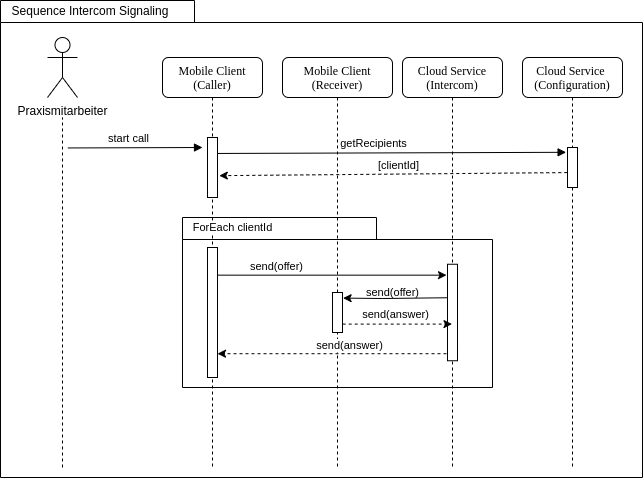
jsvilling/IP6_Bachelorarbeit_Bericht_Cloudbasiertes_Praxisrufsystem keeps this draw.io diagram as src/graphics/diagramms/Sequence_Intercom_Broking_V02.png. Above is the earlier version. Source tidied: cells renumbered, new cells last; positions are measured from the earlier drawing's top-left corner, leaving out a move shared by most shapes. The source it was exported from:
```xml
<mxGraphModel>
  <root>
    <mxCell id="0" />
    <mxCell id="1" parent="0" />
    <mxCell id="2" style="shape=folder;fontStyle=1;spacingTop=10;tabWidth=194;tabHeight=22;tabPosition=left;html=1;rounded=0;shadow=0;comic=0;labelBackgroundColor=none;strokeWidth=1;fillColor=none;fontFamily=Verdana;fontSize=10;align=center;" parent="1" vertex="1">
      <mxGeometry width="642" height="477" as="geometry" />
    </mxCell>
    <mxCell id="3" value="Mobile Client&lt;br&gt;(Caller)" style="shape=umlLifeline;perimeter=lifelinePerimeter;whiteSpace=wrap;html=1;rounded=1;shadow=0;comic=0;labelBackgroundColor=none;strokeWidth=1;fontFamily=Verdana;fontSize=12;align=center;" parent="1" vertex="1">
      <mxGeometry x="162" y="57" width="100" height="410" as="geometry" />
    </mxCell>
    <mxCell id="4" style="shape=folder;fontStyle=1;spacingTop=10;tabWidth=194;tabHeight=22;tabPosition=left;html=1;rounded=0;shadow=0;comic=0;labelBackgroundColor=none;strokeWidth=1;fillColor=none;fontFamily=Verdana;fontSize=10;align=center;" parent="3" vertex="1">
      <mxGeometry x="20" y="160" width="310" height="170" as="geometry" />
    </mxCell>
    <mxCell id="5" style="html=1;points=[];perimeter=orthogonalPerimeter;rounded=0;shadow=0;comic=0;labelBackgroundColor=none;strokeWidth=1;fontFamily=Verdana;fontSize=12;align=center;" parent="3" vertex="1">
      <mxGeometry x="45" y="80" width="10" height="60" as="geometry" />
    </mxCell>
    <mxCell id="6" style="html=1;points=[];perimeter=orthogonalPerimeter;rounded=0;shadow=0;comic=0;labelBackgroundColor=none;strokeWidth=1;fontFamily=Verdana;fontSize=12;align=center;" parent="3" vertex="1">
      <mxGeometry x="45" y="190" width="10" height="130" as="geometry" />
    </mxCell>
    <mxCell id="7" value="ForEach clientId" style="edgeLabel;html=1;align=center;verticalAlign=middle;" parent="3" vertex="1">
      <mxGeometry x="70" y="170" as="geometry" />
    </mxCell>
    <mxCell id="8" value="Cloud Service&lt;br&gt;(Intercom)" style="shape=umlLifeline;perimeter=lifelinePerimeter;whiteSpace=wrap;html=1;outlineConnect=0;rounded=1;shadow=0;comic=0;labelBackgroundColor=none;strokeWidth=1;fontFamily=Verdana;fontSize=12;align=center;" parent="1" vertex="1">
      <mxGeometry x="402" y="57" width="100" height="410" as="geometry" />
    </mxCell>
    <mxCell id="9" style="html=1;points=[];perimeter=orthogonalPerimeter;rounded=0;shadow=0;comic=0;labelBackgroundColor=none;strokeWidth=1;fontFamily=Verdana;fontSize=12;align=center;" parent="8" vertex="1">
      <mxGeometry x="45" y="206.8" width="10" height="96.5" as="geometry" />
    </mxCell>
    <mxCell id="10" value="send(offer)" style="edgeLabel;html=1;align=center;verticalAlign=middle;" parent="8" vertex="1">
      <mxGeometry x="-10" y="235" as="geometry" />
    </mxCell>
    <mxCell id="11" value="Cloud Service &lt;br&gt;(Configuration)" style="shape=umlLifeline;perimeter=lifelinePerimeter;whiteSpace=wrap;html=1;rounded=1;shadow=0;comic=0;labelBackgroundColor=none;strokeWidth=1;fontFamily=Verdana;fontSize=12;align=center;" parent="1" vertex="1">
      <mxGeometry x="522" y="57" width="100" height="410" as="geometry" />
    </mxCell>
    <mxCell id="12" style="html=1;points=[];perimeter=orthogonalPerimeter;rounded=0;shadow=0;comic=0;labelBackgroundColor=none;strokeWidth=1;fontFamily=Verdana;fontSize=12;align=center;" parent="11" vertex="1">
      <mxGeometry x="45" y="90" width="10" height="40" as="geometry" />
    </mxCell>
    <mxCell id="13" value="start call" style="html=1;verticalAlign=bottom;endArrow=block;exitX=1.034;exitY=0.016;exitDx=0;exitDy=0;exitPerimeter=0;" parent="1" edge="1">
      <mxGeometry x="-0.1" relative="1" as="geometry">
        <mxPoint x="67.3" y="147.5" as="sourcePoint" />
        <mxPoint x="202" y="147" as="targetPoint" />
      </mxGeometry>
    </mxCell>
    <mxCell id="14" style="endArrow=classic;html=1;dashed=1;exitX=-0.02;exitY=0.627;exitDx=0;exitDy=0;exitPerimeter=0;entryX=1.18;entryY=0.636;entryDx=0;entryDy=0;entryPerimeter=0;" parent="1" edge="1" source="12" target="5">
      <mxGeometry relative="1" as="geometry" />
    </mxCell>
    <mxCell id="15" value="[clientId]" style="edgeLabel;html=1;align=center;verticalAlign=middle;" parent="14" vertex="1">
      <mxGeometry x="-0.11" y="1" relative="1" as="geometry">
        <mxPoint x="-15" y="-10" as="offset" />
      </mxGeometry>
    </mxCell>
    <mxCell id="16" value="Sequence Intercom Signaling" style="text;html=1;strokeColor=none;fillColor=none;align=center;verticalAlign=middle;whiteSpace=wrap;rounded=0;" parent="1" vertex="1">
      <mxGeometry width="180" height="20" as="geometry" />
    </mxCell>
    <mxCell id="17" style="endArrow=none;dashed=1;html=1;strokeWidth=1;startArrow=none;" parent="1" edge="1">
      <mxGeometry relative="1" as="geometry">
        <mxPoint x="62" y="467" as="sourcePoint" />
        <mxPoint x="62" y="117" as="targetPoint" />
      </mxGeometry>
    </mxCell>
    <mxCell id="18" value="Praxismitarbeiter" style="shape=umlActor;verticalLabelPosition=bottom;verticalAlign=top;html=1;" parent="1" vertex="1">
      <mxGeometry x="47" y="37" width="30" height="60" as="geometry" />
    </mxCell>
    <mxCell id="19" value="getRecipients" style="html=1;verticalAlign=bottom;endArrow=block;entryX=-0.14;entryY=0.12;entryDx=0;entryDy=0;entryPerimeter=0;exitX=0.98;exitY=0.266;exitDx=0;exitDy=0;exitPerimeter=0;" parent="1" edge="1" source="5" target="12">
      <mxGeometry x="-0.1" relative="1" as="geometry" />
    </mxCell>
    <mxCell id="20" value="Mobile Client&lt;br&gt;(Receiver)" style="shape=umlLifeline;perimeter=lifelinePerimeter;whiteSpace=wrap;html=1;rounded=1;shadow=0;comic=0;labelBackgroundColor=none;strokeWidth=1;fontFamily=Verdana;fontSize=12;align=center;" parent="1" vertex="1">
      <mxGeometry x="282" y="57" width="110" height="410" as="geometry" />
    </mxCell>
    <mxCell id="21" style="html=1;points=[];perimeter=orthogonalPerimeter;rounded=0;shadow=0;comic=0;labelBackgroundColor=none;strokeWidth=1;fontFamily=Verdana;fontSize=12;align=center;" parent="20" vertex="1">
      <mxGeometry x="50" y="235" width="10" height="40" as="geometry" />
    </mxCell>
    <mxCell id="22" style="endArrow=classic;html=1;rounded=0;entryX=-0.1;entryY=0.113;entryDx=0;entryDy=0;entryPerimeter=0;" parent="1" edge="1" source="6" target="9">
      <mxGeometry relative="1" as="geometry" />
    </mxCell>
    <mxCell id="23" style="endArrow=classic;html=1;rounded=0;entryX=1.06;entryY=0.14;entryDx=0;entryDy=0;entryPerimeter=0;exitX=0.02;exitY=0.347;exitDx=0;exitDy=0;exitPerimeter=0;" parent="1" edge="1" source="9" target="21">
      <mxGeometry relative="1" as="geometry">
        <Array as="points">
          <mxPoint x="382" y="298" />
        </Array>
      </mxGeometry>
    </mxCell>
    <mxCell id="24" style="endArrow=classic;html=1;dashed=1;exitX=1.02;exitY=0.79;exitDx=0;exitDy=0;exitPerimeter=0;" parent="1" edge="1" source="21" target="8">
      <mxGeometry relative="1" as="geometry" />
    </mxCell>
    <mxCell id="25" value="send(answer)" style="edgeLabel;html=1;align=center;verticalAlign=middle;" parent="24" vertex="1">
      <mxGeometry x="-0.11" y="1" relative="1" as="geometry">
        <mxPoint x="4" y="-9" as="offset" />
      </mxGeometry>
    </mxCell>
    <mxCell id="26" style="endArrow=classic;html=1;dashed=1;exitX=-0.1;exitY=0.927;exitDx=0;exitDy=0;exitPerimeter=0;" parent="1" edge="1" source="9" target="6">
      <mxGeometry relative="1" as="geometry" />
    </mxCell>
    <mxCell id="27" value="send(answer)" style="edgeLabel;html=1;align=center;verticalAlign=middle;" parent="26" vertex="1">
      <mxGeometry x="-0.11" y="1" relative="1" as="geometry">
        <mxPoint x="4" y="-9" as="offset" />
      </mxGeometry>
    </mxCell>
    <mxCell id="28" value="send(offer)" style="edgeLabel;html=1;align=center;verticalAlign=middle;" parent="1" vertex="1">
      <mxGeometry x="276" y="266" as="geometry" />
    </mxCell>
  </root>
</mxGraphModel>
```
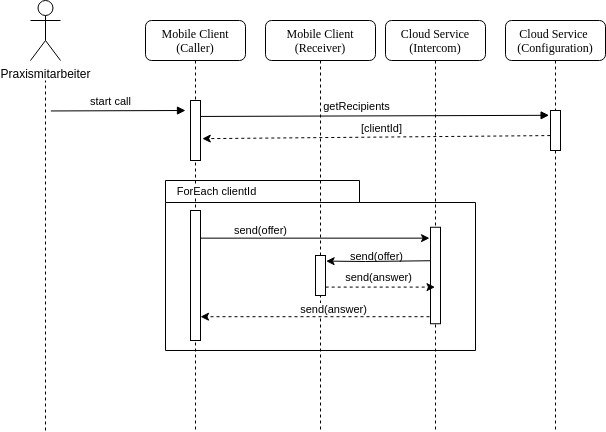
The same file after the commit.

The edit, as a diff of the source:
```diff
@@ -2,9 +2,6 @@
   <root>
     <mxCell id="0" />
     <mxCell id="1" parent="0" />
-    <mxCell id="2" style="shape=folder;fontStyle=1;spacingTop=10;tabWidth=194;tabHeight=22;tabPosition=left;html=1;rounded=0;shadow=0;comic=0;labelBackgroundColor=none;strokeWidth=1;fillColor=none;fontFamily=Verdana;fontSize=10;align=center;" parent="1" vertex="1">
-      <mxGeometry width="642" height="477" as="geometry" />
-    </mxCell>
     <mxCell id="3" value="Mobile Client&lt;br&gt;(Caller)" style="shape=umlLifeline;perimeter=lifelinePerimeter;whiteSpace=wrap;html=1;rounded=1;shadow=0;comic=0;labelBackgroundColor=none;strokeWidth=1;fontFamily=Verdana;fontSize=12;align=center;" parent="1" vertex="1">
       <mxGeometry x="162" y="57" width="100" height="410" as="geometry" />
     </mxCell>
@@ -49,9 +46,6 @@
         <mxPoint x="-15" y="-10" as="offset" />
       </mxGeometry>
     </mxCell>
-    <mxCell id="16" value="Sequence Intercom Signaling" style="text;html=1;strokeColor=none;fillColor=none;align=center;verticalAlign=middle;whiteSpace=wrap;rounded=0;" parent="1" vertex="1">
-      <mxGeometry width="180" height="20" as="geometry" />
-    </mxCell>
     <mxCell id="17" style="endArrow=none;dashed=1;html=1;strokeWidth=1;startArrow=none;" parent="1" edge="1">
       <mxGeometry relative="1" as="geometry">
         <mxPoint x="62" y="467" as="sourcePoint" />
```
